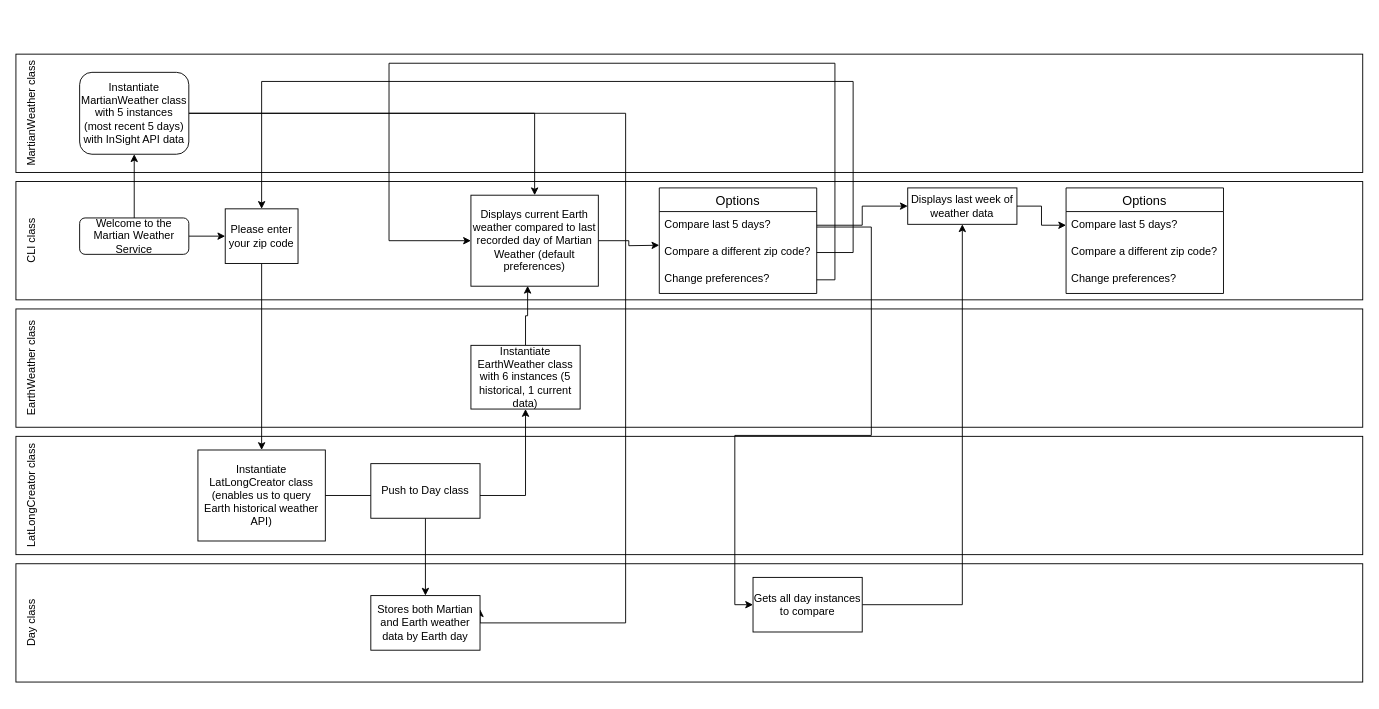
The draw.io diagram CLI_Flowchart.drawio in zkobrinsky/Flatiron_Project1_CLI_200817, before the edit. Source tidied: cells renumbered, new cells numbered last; positions are measured from the earlier drawing's top-left corner, leaving out a move shared by most shapes. Both pictures are drawn from the tidied source at 91%, with x=0, y=0 at pixel (-39, 54).
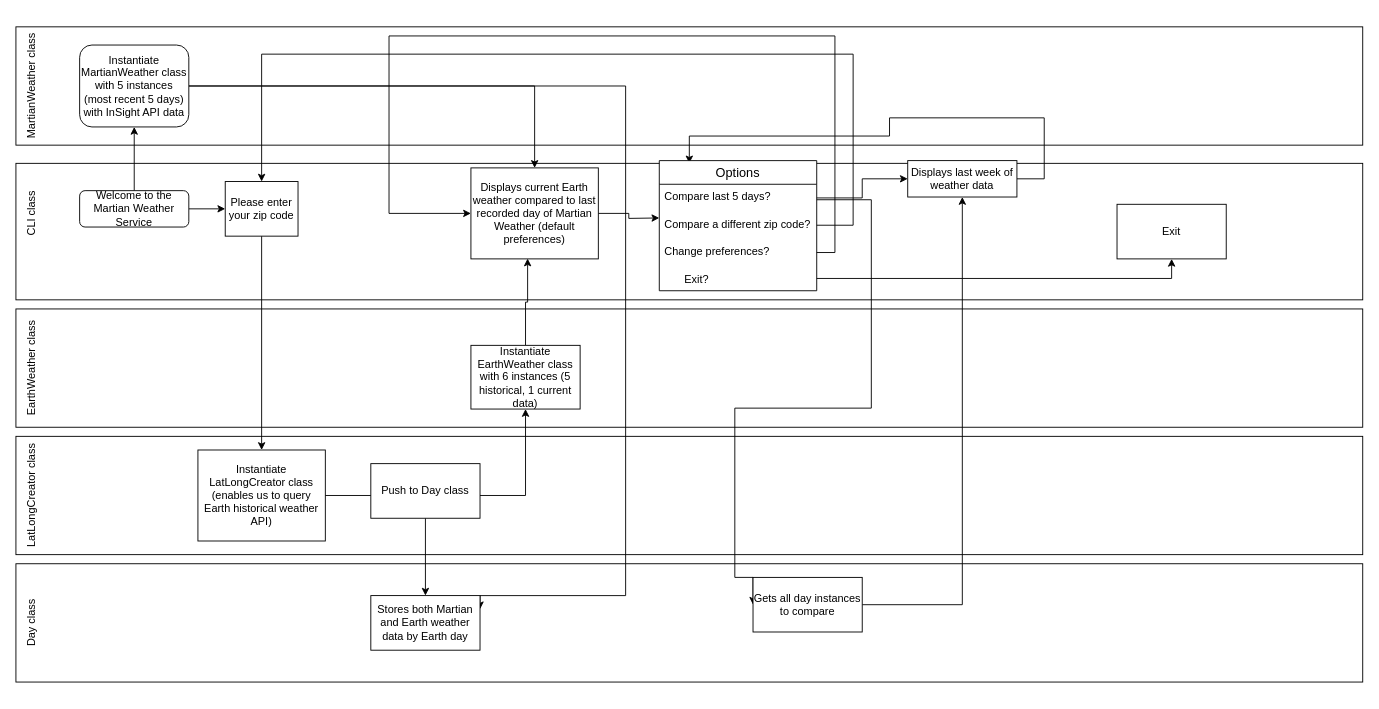
The same page after the edit.

Unchanged cells that the change refers to:
```xml
<mxCell id="29" value="Stores both Martian and Earth weather data by Earth day" style="rounded=0;whiteSpace=wrap;html=1;" parent="1" vertex="1">
  <mxGeometry x="450" y="595" width="120" height="60" as="geometry" />
</mxCell>
<mxCell id="35" value="Compare a different zip code?" style="text;strokeColor=none;fillColor=none;spacingLeft=4;spacingRight=4;overflow=hidden;points=[[0,0.5],[1,0.5]];portConstraint=eastwest;fontSize=12;" parent="33" vertex="1">
  <mxGeometry y="56" width="173" height="30" as="geometry" />
</mxCell>
<mxCell id="36" value="Change preferences?" style="text;strokeColor=none;fillColor=none;spacingLeft=4;spacingRight=4;overflow=hidden;points=[[0,0.5],[1,0.5]];portConstraint=eastwest;fontSize=12;" parent="33" vertex="1">
  <mxGeometry y="86" width="173" height="30" as="geometry" />
</mxCell>
<mxCell id="39" value="Gets all day instances to compare" style="rounded=0;whiteSpace=wrap;html=1;" parent="1" vertex="1">
  <mxGeometry x="870" y="575" width="120" height="60" as="geometry" />
</mxCell>
```

The edit, as a diff of the source:
```diff
@@
     <mxCell id="8" style="rounded=0;whiteSpace=wrap;html=1;" parent="1" vertex="1">
-      <mxGeometry x="60" y="140" width="1480" height="130" as="geometry" />
+      <mxGeometry x="60" y="120" width="1480" height="150" as="geometry" />
     </mxCell>
     <mxCell id="9" value="CLI class" style="text;html=1;strokeColor=none;fillColor=none;align=center;verticalAlign=middle;whiteSpace=wrap;rounded=0;rotation=270;" parent="1" vertex="1">
-      <mxGeometry y="195" width="155" height="20" as="geometry" />
+      <mxGeometry y="165" width="155" height="20" as="geometry" />
     </mxCell>
     <mxCell id="10" style="rounded=0;whiteSpace=wrap;html=1;" parent="1" vertex="1">
-      <mxGeometry x="60" width="1480" height="130" as="geometry" />
+      <mxGeometry x="60" y="-30" width="1480" height="130" as="geometry" />
     </mxCell>
@@
     <mxCell id="13" value="Welcome to the Martian Weather Service" style="rounded=1;whiteSpace=wrap;html=1;fontSize=12;glass=0;strokeWidth=1;shadow=0;" parent="1" vertex="1">
-      <mxGeometry x="130" y="180" width="120" height="40" as="geometry" />
+      <mxGeometry x="130" y="150" width="120" height="40" as="geometry" />
     </mxCell>
@@
     <mxCell id="15" value="Please enter your zip code" style="rounded=0;whiteSpace=wrap;html=1;" parent="1" vertex="1">
-      <mxGeometry x="290" y="170" width="80" height="60" as="geometry" />
+      <mxGeometry x="290" y="140" width="80" height="60" as="geometry" />
     </mxCell>
     <mxCell id="16" style="edgeStyle=orthogonalEdgeStyle;rounded=0;orthogonalLoop=1;jettySize=auto;html=1;exitX=0.5;exitY=1;exitDx=0;exitDy=0;" parent="1" edge="1">
       <mxGeometry relative="1" as="geometry">
-        <mxPoint x="360" y="370" as="sourcePoint" />
-        <mxPoint x="360" y="370" as="targetPoint" />
+        <mxPoint x="360" y="340" as="sourcePoint" />
+        <mxPoint x="360" y="340" as="targetPoint" />
       </mxGeometry>
     </mxCell>
@@
     <mxCell id="19" style="edgeStyle=orthogonalEdgeStyle;rounded=0;jettySize=auto;html=1;entryX=1;entryY=0.25;entryDx=0;entryDy=0;" parent="1" edge="1" source="20" target="29">
       <mxGeometry relative="1" as="geometry">
         <Array as="points">
-          <mxPoint x="730" y="65" />
-          <mxPoint x="730" y="625" />
-          <mxPoint x="570" y="625" />
+          <mxPoint x="730" y="35" />
+          <mxPoint x="730" y="595" />
+          <mxPoint x="570" y="595" />
         </Array>
       </mxGeometry>
     </mxCell>
     <mxCell id="20" value="Instantiate MartianWeather class with 5 instances (most recent 5 days) with InSight API data" style="rounded=1;whiteSpace=wrap;html=1;" parent="1" vertex="1">
-      <mxGeometry x="130" y="20" width="120" height="90" as="geometry" />
+      <mxGeometry x="130" y="-10" width="120" height="90" as="geometry" />
     </mxCell>
@@
     <mxCell id="23" style="edgeStyle=orthogonalEdgeStyle;rounded=0;jettySize=auto;html=1;" parent="1" edge="1" source="24">
       <mxGeometry relative="1" as="geometry">
-        <mxPoint x="767" y="210" as="targetPoint" />
+        <mxPoint x="767" y="180" as="targetPoint" />
       </mxGeometry>
     </mxCell>
     <mxCell id="24" value="Displays current Earth weather compared to last recorded day of Martian Weather (default preferences)" style="rounded=0;whiteSpace=wrap;html=1;" parent="1" vertex="1">
-      <mxGeometry x="560" y="155" width="140" height="100" as="geometry" />
+      <mxGeometry x="560" y="125" width="140" height="100" as="geometry" />
     </mxCell>
     <mxCell id="25" value="MartianWeather class" style="text;html=1;strokeColor=none;fillColor=none;align=center;verticalAlign=middle;whiteSpace=wrap;rounded=0;rotation=270;" parent="1" vertex="1">
-      <mxGeometry y="55" width="155" height="20" as="geometry" />
+      <mxGeometry y="25" width="155" height="20" as="geometry" />
     </mxCell>
@@
-    <mxCell id="30" style="edgeStyle=orthogonalEdgeStyle;rounded=0;jettySize=auto;html=1;" parent="1" edge="1" source="31" target="43">
-      <mxGeometry relative="1" as="geometry" />
+    <mxCell id="30" style="edgeStyle=orthogonalEdgeStyle;rounded=0;jettySize=auto;html=1;" parent="1" edge="1" source="31" target="8">
+      <mxGeometry relative="1" as="geometry">
+        <Array as="points">
+          <mxPoint x="1190" y="137" />
+          <mxPoint x="1190" y="70" />
+          <mxPoint x="1020" y="70" />
+          <mxPoint x="1020" y="90" />
+          <mxPoint x="800" y="90" />
+        </Array>
+      </mxGeometry>
     </mxCell>
     <mxCell id="31" value="Displays last week of weather data" style="rounded=0;whiteSpace=wrap;html=1;" parent="1" vertex="1">
-      <mxGeometry x="1040" y="147" width="120" height="40" as="geometry" />
+      <mxGeometry x="1040" y="117" width="120" height="40" as="geometry" />
     </mxCell>
     <mxCell id="32" style="edgeStyle=orthogonalEdgeStyle;rounded=0;jettySize=auto;html=1;entryX=0;entryY=0.5;entryDx=0;entryDy=0;" parent="1" edge="1" source="33" target="39">
       <mxGeometry relative="1" as="geometry">
         <Array as="points">
-          <mxPoint x="1000" y="190" />
-          <mxPoint x="1000" y="419" />
-          <mxPoint x="850" y="419" />
-          <mxPoint x="850" y="605" />
+          <mxPoint x="1000" y="160" />
+          <mxPoint x="1000" y="389" />
+          <mxPoint x="850" y="389" />
+          <mxPoint x="850" y="575" />
         </Array>
       </mxGeometry>
     </mxCell>
     <mxCell id="33" value="Options" style="swimlane;fontStyle=0;horizontal=1;startSize=26;align=center;fontSize=14;" parent="1" vertex="1">
-      <mxGeometry x="767" y="147" width="173" height="116" as="geometry" />
+      <mxGeometry x="767" y="117" width="173" height="143" as="geometry" />
     </mxCell>
@@
+    <mxCell id="46" style="shape=table;startSize=0;childLayout=tableLayout;rowLines=0;fontStyle=0;align=center;strokeColor=none;fillColor=none;" parent="33" vertex="1">
+      <mxGeometry y="116" width="173" height="27" as="geometry" />
+    </mxCell>
+    <mxCell id="47" style="shape=partialRectangle;fillColor=none;top=0;left=0;bottom=0;right=0;points=[[0,0.5],[1,0.5]];portConstraint=eastwest;" parent="46" vertex="1">
+      <mxGeometry width="173" height="27" as="geometry" />
+    </mxCell>
+    <mxCell id="48" style="shape=partialRectangle;fillColor=none;top=0;left=0;bottom=0;right=0;overflow=hidden;" parent="47" vertex="1">
+      <mxGeometry width="20" height="27" as="geometry" />
+    </mxCell>
+    <mxCell id="49" value="Exit?" style="shape=partialRectangle;fillColor=none;top=0;left=0;bottom=0;right=0;align=left;spacingLeft=6;overflow=hidden;" parent="47" vertex="1">
+      <mxGeometry x="20" width="153" height="27" as="geometry" />
+    </mxCell>
@@
     <mxCell id="40" style="edgeStyle=orthogonalEdgeStyle;rounded=0;jettySize=auto;html=1;" parent="1" edge="1" source="35" target="15">
       <mxGeometry relative="1" as="geometry">
         <Array as="points">
-          <mxPoint x="980" y="218" />
-          <mxPoint x="980" y="30" />
-          <mxPoint x="330" y="30" />
+          <mxPoint x="980" y="188" />
+          <mxPoint x="980" />
+          <mxPoint x="330" />
         </Array>
       </mxGeometry>
     </mxCell>
     <mxCell id="41" style="edgeStyle=orthogonalEdgeStyle;rounded=0;jettySize=auto;html=1;" parent="1" edge="1" source="36" target="24">
       <mxGeometry relative="1" as="geometry">
         <Array as="points">
-          <mxPoint x="960" y="248" />
-          <mxPoint x="960" y="10" />
-          <mxPoint x="470" y="10" />
-          <mxPoint x="470" y="205" />
+          <mxPoint x="960" y="218" />
+          <mxPoint x="960" y="-20" />
+          <mxPoint x="470" y="-20" />
+          <mxPoint x="470" y="175" />
         </Array>
       </mxGeometry>
     </mxCell>
-    <mxCell id="42" value="Options" style="swimlane;fontStyle=0;horizontal=1;startSize=26;align=center;fontSize=14;" parent="1" vertex="1">
-      <mxGeometry x="1214" y="147" width="173" height="116" as="geometry" />
-    </mxCell>
-    <mxCell id="43" value="Compare last 5 days?" style="text;strokeColor=none;fillColor=none;spacingLeft=4;spacingRight=4;overflow=hidden;points=[[0,0.5],[1,0.5]];portConstraint=eastwest;fontSize=12;" parent="42" vertex="1">
-      <mxGeometry y="26" width="173" height="30" as="geometry" />
-    </mxCell>
-    <mxCell id="44" value="Compare a different zip code?" style="text;strokeColor=none;fillColor=none;spacingLeft=4;spacingRight=4;overflow=hidden;fontSize=12;" parent="42" vertex="1">
-      <mxGeometry y="56" width="173" height="30" as="geometry" />
-    </mxCell>
-    <mxCell id="45" value="Change preferences?" style="text;strokeColor=none;fillColor=none;spacingLeft=4;spacingRight=4;overflow=hidden;fontSize=12;" parent="42" vertex="1">
-      <mxGeometry y="86" width="173" height="30" as="geometry" />
-    </mxCell>
+    <mxCell id="50" value="Exit" style="rounded=0;whiteSpace=wrap;html=1;align=center;" parent="1" vertex="1">
+      <mxGeometry x="1270" y="165" width="120" height="60" as="geometry" />
+    </mxCell>
+    <mxCell id="51" style="edgeStyle=orthogonalEdgeStyle;rounded=0;jettySize=auto;html=1;" parent="1" edge="1" source="47" target="50">
+      <mxGeometry relative="1" as="geometry" />
+    </mxCell>
```
